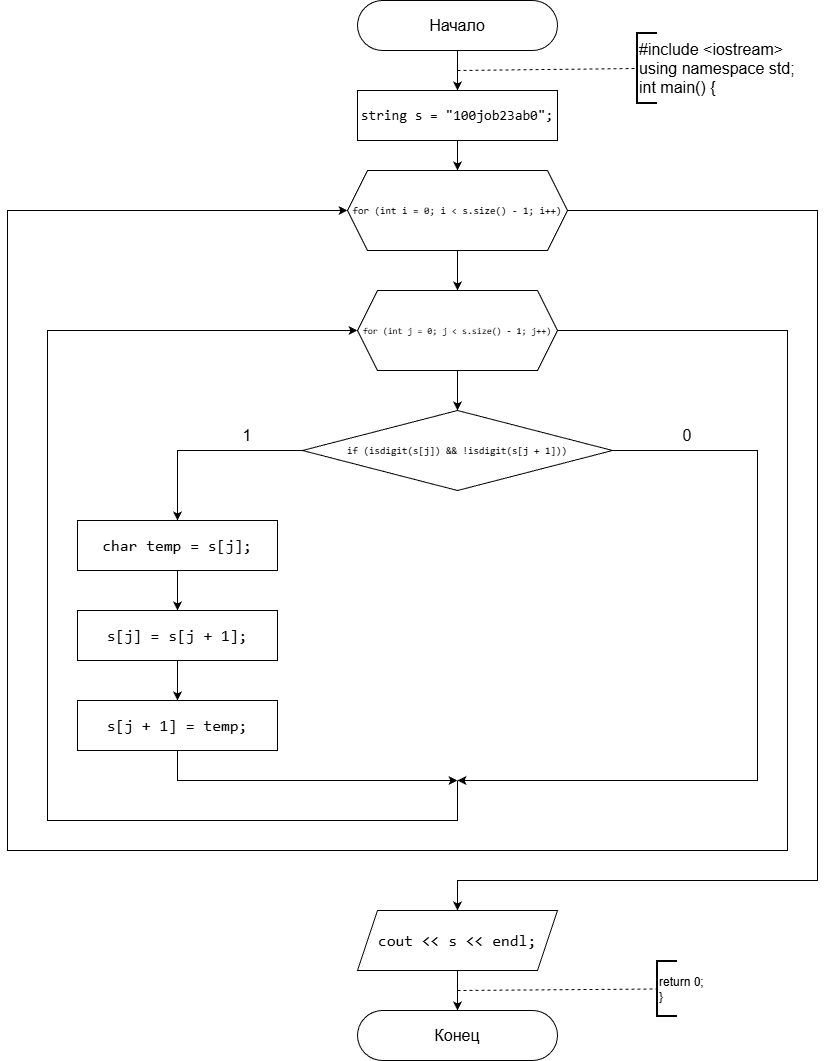
The draw.io diagram Sem_2/labs/lab_6/lab_6_block_scheme.png in egovcevivan/Labs_PSTU, before a commit. Source tidied: cells renumbered, new cells last; positions are measured from the earlier drawing's top-left corner, leaving out a move shared by most shapes.
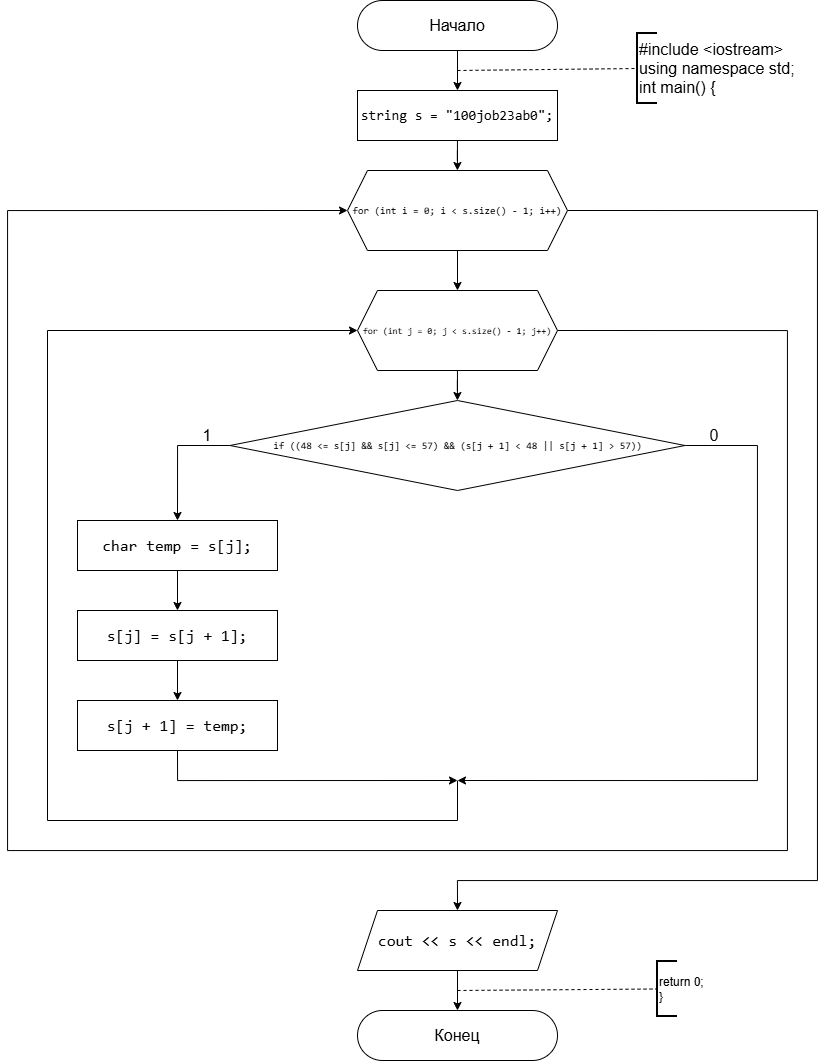
After the change.

Change to the diagram source:
```diff
@@ -60,13 +60,13 @@
       <mxGeometry relative="1" as="geometry">
         <mxPoint x="450" y="780" as="targetPoint" />
         <Array as="points">
-          <mxPoint x="750" y="450" />
+          <mxPoint x="750" y="445" />
           <mxPoint x="750" y="780" />
         </Array>
       </mxGeometry>
     </mxCell>
-    <mxCell id="16" value="&lt;div style=&quot;font-family: Consolas, &amp;quot;Courier New&amp;quot;, monospace; line-height: 22px; white-space: pre;&quot;&gt;&lt;span style=&quot;&quot;&gt;if&lt;/span&gt; (&lt;span style=&quot;&quot;&gt;isdigit&lt;/span&gt;(&lt;span style=&quot;&quot;&gt;s&lt;/span&gt;&lt;span style=&quot;&quot;&gt;[&lt;/span&gt;&lt;span style=&quot;&quot;&gt;j&lt;/span&gt;&lt;span style=&quot;&quot;&gt;]&lt;/span&gt;) &lt;span style=&quot;&quot;&gt;&amp;amp;&amp;amp;&lt;/span&gt; &lt;span style=&quot;&quot;&gt;!&lt;/span&gt;&lt;span style=&quot;&quot;&gt;isdigit&lt;/span&gt;(&lt;span style=&quot;&quot;&gt;s&lt;/span&gt;&lt;span style=&quot;&quot;&gt;[&lt;/span&gt;&lt;span style=&quot;&quot;&gt;j&lt;/span&gt; &lt;span style=&quot;&quot;&gt;+&lt;/span&gt; &lt;span style=&quot;&quot;&gt;1&lt;/span&gt;&lt;span style=&quot;&quot;&gt;]&lt;/span&gt;))&lt;/div&gt;" style="rhombus;whiteSpace=wrap;html=1;fontSize=10;labelBackgroundColor=none;fontColor=default;" parent="1" vertex="1">
-      <mxGeometry x="295" y="410" width="310" height="80" as="geometry" />
+    <mxCell id="16" value="&lt;div style=&quot;font-family: Consolas, &amp;quot;Courier New&amp;quot;, monospace; line-height: 22px; white-space: pre;&quot;&gt;&lt;div style=&quot;line-height: 22px;&quot;&gt;&lt;span style=&quot;&quot;&gt;if&lt;/span&gt; ((&lt;span style=&quot;&quot;&gt;48&lt;/span&gt; &lt;span style=&quot;&quot;&gt;&amp;lt;=&lt;/span&gt; &lt;span style=&quot;&quot;&gt;s&lt;/span&gt;&lt;span style=&quot;&quot;&gt;[&lt;/span&gt;&lt;span style=&quot;&quot;&gt;j&lt;/span&gt;&lt;span style=&quot;&quot;&gt;]&lt;/span&gt; &lt;span style=&quot;&quot;&gt;&amp;amp;&amp;amp;&lt;/span&gt; &lt;span style=&quot;&quot;&gt;s&lt;/span&gt;&lt;span style=&quot;&quot;&gt;[&lt;/span&gt;&lt;span style=&quot;&quot;&gt;j&lt;/span&gt;&lt;span style=&quot;&quot;&gt;]&lt;/span&gt; &lt;span style=&quot;&quot;&gt;&amp;lt;=&lt;/span&gt; &lt;span style=&quot;&quot;&gt;57&lt;/span&gt;) &lt;span style=&quot;&quot;&gt;&amp;amp;&amp;amp;&lt;/span&gt; (&lt;span style=&quot;&quot;&gt;s&lt;/span&gt;&lt;span style=&quot;&quot;&gt;[&lt;/span&gt;&lt;span style=&quot;&quot;&gt;j&lt;/span&gt; &lt;span style=&quot;&quot;&gt;+&lt;/span&gt; &lt;span style=&quot;&quot;&gt;1&lt;/span&gt;&lt;span style=&quot;&quot;&gt;]&lt;/span&gt; &lt;span style=&quot;&quot;&gt;&amp;lt;&lt;/span&gt; &lt;span style=&quot;&quot;&gt;48&lt;/span&gt; &lt;span style=&quot;&quot;&gt;||&lt;/span&gt; &lt;span style=&quot;&quot;&gt;s&lt;/span&gt;&lt;span style=&quot;&quot;&gt;[&lt;/span&gt;&lt;span style=&quot;&quot;&gt;j&lt;/span&gt; &lt;span style=&quot;&quot;&gt;+&lt;/span&gt; &lt;span style=&quot;&quot;&gt;1&lt;/span&gt;&lt;span style=&quot;&quot;&gt;]&lt;/span&gt; &lt;span style=&quot;&quot;&gt;&amp;gt;&lt;/span&gt; &lt;span style=&quot;&quot;&gt;57&lt;/span&gt;))&lt;/div&gt;&lt;/div&gt;" style="rhombus;whiteSpace=wrap;html=1;fontSize=10;labelBackgroundColor=none;fontColor=default;" parent="1" vertex="1">
+      <mxGeometry x="222.5" y="400" width="455" height="90" as="geometry" />
     </mxCell>
     <mxCell id="17" style="edgeStyle=orthogonalEdgeStyle;rounded=0;jettySize=auto;html=1;" parent="1" edge="1" source="18" target="20">
       <mxGeometry relative="1" as="geometry" />
@@ -92,10 +92,10 @@
       <mxGeometry x="70" y="700" width="200" height="50" as="geometry" />
     </mxCell>
     <mxCell id="23" value="1" style="text;html=1;whiteSpace=wrap;strokeColor=none;fillColor=none;align=center;verticalAlign=middle;rounded=0;fontSize=16;" parent="1" vertex="1">
-      <mxGeometry x="210" y="420" width="60" height="30" as="geometry" />
+      <mxGeometry x="170" y="420" width="60" height="30" as="geometry" />
     </mxCell>
     <mxCell id="24" value="0" style="text;html=1;whiteSpace=wrap;strokeColor=none;fillColor=none;align=center;verticalAlign=middle;rounded=0;fontSize=16;" parent="1" vertex="1">
-      <mxGeometry x="650" y="420" width="60" height="30" as="geometry" />
+      <mxGeometry x="677.5" y="420" width="60" height="30" as="geometry" />
     </mxCell>
     <mxCell id="25" style="endArrow=classic;html=1;rounded=0;entryX=0;entryY=0.5;entryDx=0;entryDy=0;" parent="1" edge="1" target="13">
       <mxGeometry relative="1" as="geometry">
```
